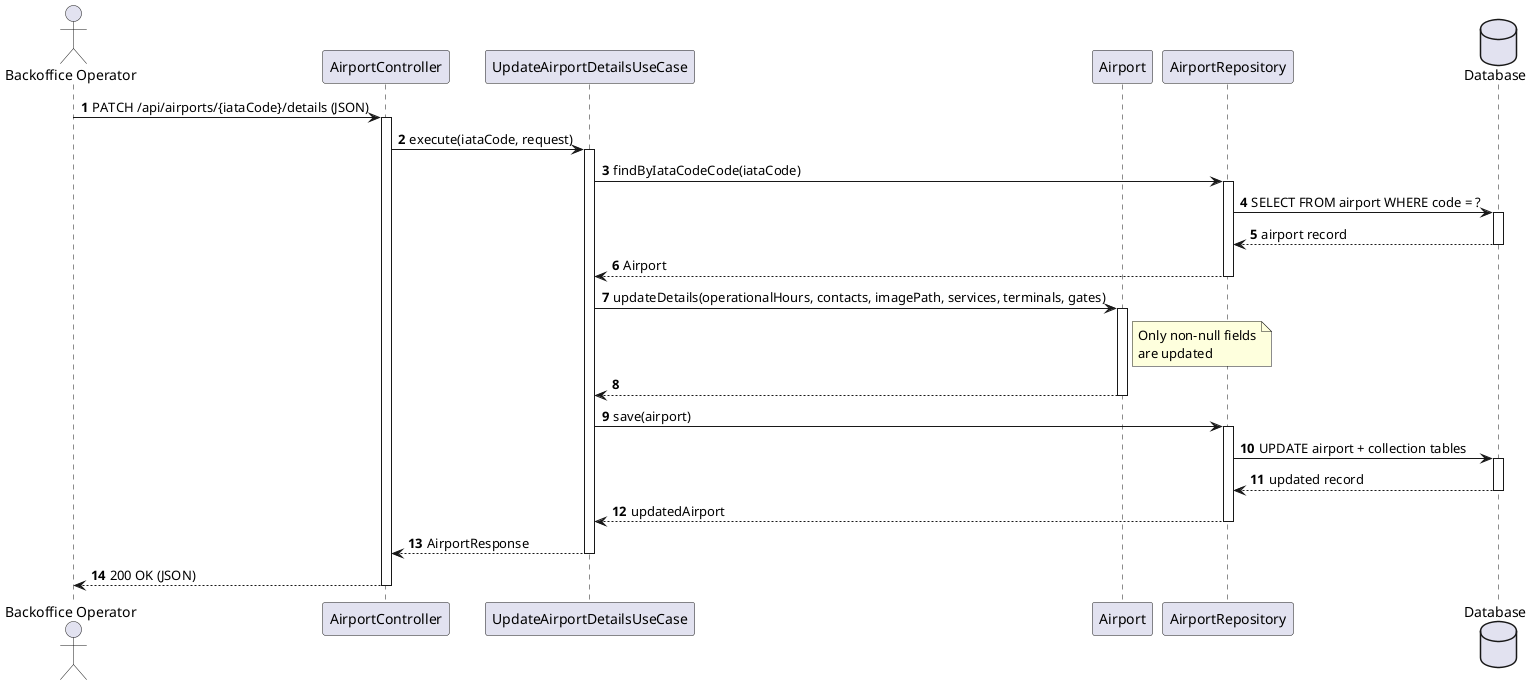
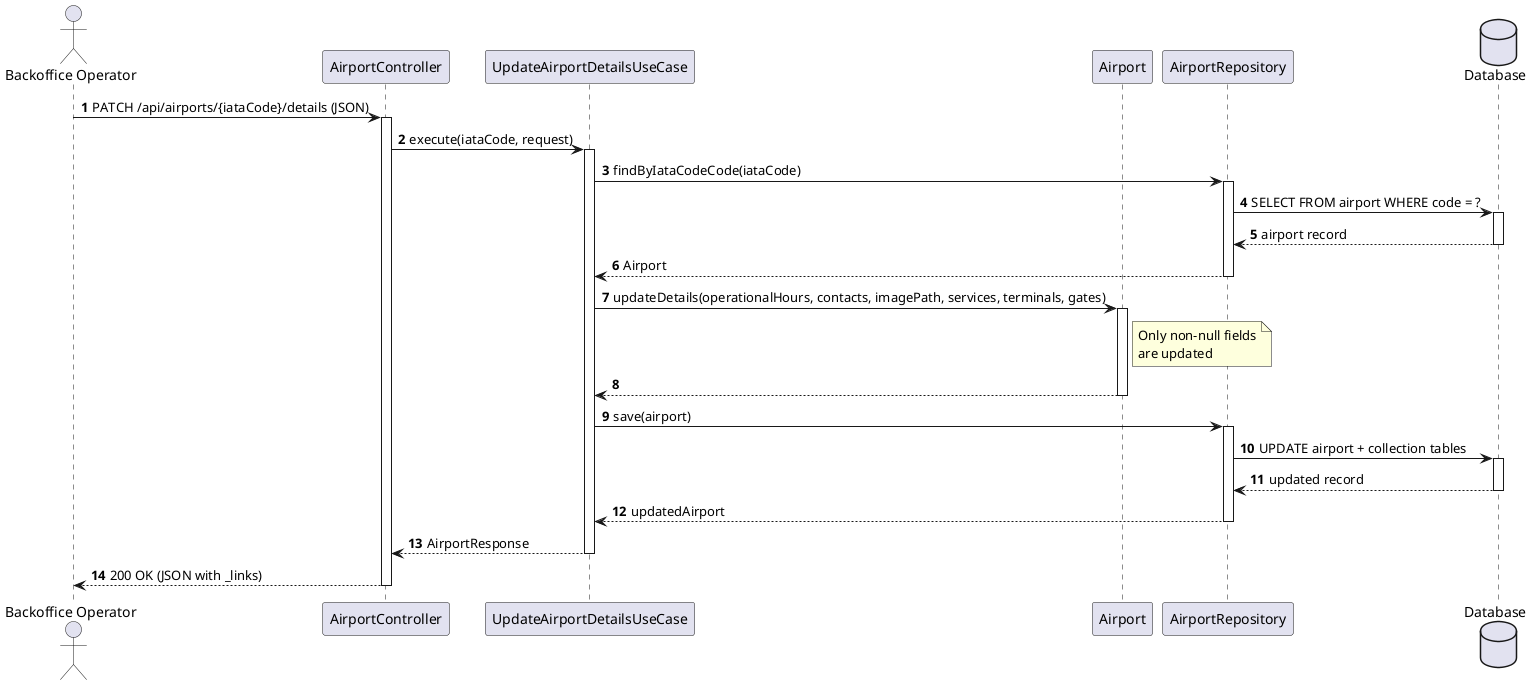
@startuml
autonumber
actor "Backoffice Operator" as BO
participant "AirportController" as Ctrl
participant "UpdateAirportDetailsUseCase" as UC
participant "Airport" as Entity
participant "AirportRepository" as Repo
database "Database" as DB

BO -> Ctrl : PATCH /api/airports/{iataCode}/details (JSON)
activate Ctrl

Ctrl -> UC : execute(iataCode, request)
activate UC

UC -> Repo : findByIataCodeCode(iataCode)
activate Repo
Repo -> DB : SELECT FROM airport WHERE code = ?
activate DB
DB --> Repo : airport record
deactivate DB
Repo --> UC : Airport
deactivate Repo

UC -> Entity : updateDetails(operationalHours, contacts, imagePath, services, terminals, gates)
activate Entity
note right of Entity : Only non-null fields\nare updated
Entity --> UC
deactivate Entity

UC -> Repo : save(airport)
activate Repo
Repo -> DB : UPDATE airport + collection tables
activate DB
DB --> Repo : updated record
deactivate DB
Repo --> UC : updatedAirport
deactivate Repo

UC --> Ctrl : AirportResponse
deactivate UC

- Ctrl --> BO : 200 OK (JSON)
+ Ctrl --> BO : 200 OK (JSON with _links)
deactivate Ctrl
@enduml
